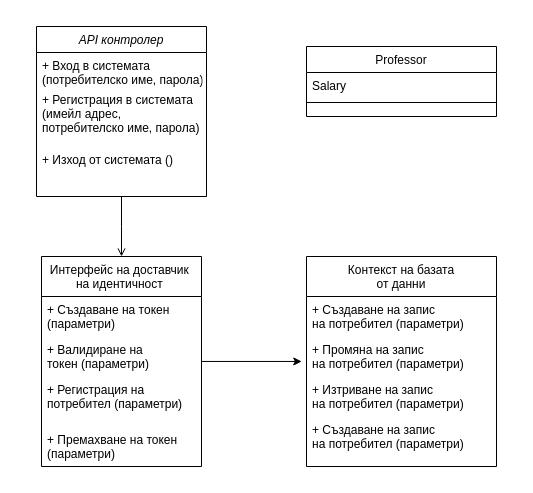
Above: Chapter2/AuthDiagram.drawio in profjordanov/phd (draw.io), before the change. Source tidied: cells renumbered, new cells numbered last; positions are measured from the earlier drawing's top-left corner, leaving out a move shared by most shapes. Both pictures are drawn from the tidied source at 100%, with x=0, y=0 at pixel (36, 26).
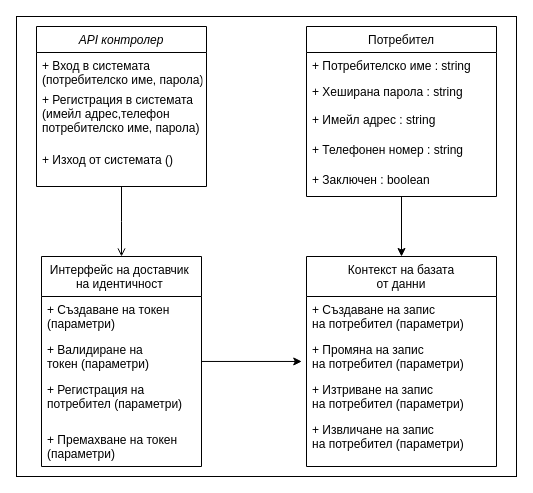
The same page after the edit.

Unchanged cells that the change refers to:
```xml
<mxCell id="6" value="Контекст на базата&#10;от данни" style="swimlane;fontStyle=0;align=center;verticalAlign=top;horizontal=1;startSize=40;rounded=0;shadow=0;strokeWidth=1;" parent="1" vertex="1">
  <mxGeometry x="270" y="230" width="190" height="210" as="geometry" />
</mxCell>
```

The edit, as a diff of the source:
```diff
@@
+    <mxCell id="21" style="rounded=0;whiteSpace=wrap;html=1;" parent="1" vertex="1">
+      <mxGeometry x="-20" y="-10" width="500" height="460" as="geometry" />
+    </mxCell>
     <mxCell id="2" value="API контролер" style="swimlane;fontStyle=2;align=center;verticalAlign=top;horizontal=1;startSize=26;rounded=0;shadow=0;strokeWidth=1;" parent="1" vertex="1">
-      <mxGeometry width="170" height="170" as="geometry" />
+      <mxGeometry width="170" height="160" as="geometry" />
     </mxCell>
@@
-    <mxCell id="4" value="+ Регистрация в системата &#10;(имейл адрес,&#10;потребителско име, парола)" style="text;align=left;verticalAlign=top;spacingLeft=4;spacingRight=4;overflow=hidden;rounded=0;shadow=0;html=0;" parent="2" vertex="1">
-      <mxGeometry y="60" width="170" height="60" as="geometry" />
-    </mxCell>
+    <mxCell id="22" value="+ Регистрация в системата &#10;(имейл адрес,телефон&#10;потребителско име, парола)" style="text;align=left;verticalAlign=top;spacingLeft=4;spacingRight=4;overflow=hidden;rounded=0;shadow=0;html=0;" parent="2" vertex="1">
+      <mxGeometry y="60" width="170" height="60" as="geometry" />
+    </mxCell>
     <mxCell id="5" value="+ Изход от системата ()" style="text;align=left;verticalAlign=top;spacingLeft=4;spacingRight=4;overflow=hidden;rounded=0;shadow=0;html=0;" parent="2" vertex="1">
-      <mxGeometry y="120" width="170" height="50" as="geometry" />
+      <mxGeometry y="120" width="170" height="30" as="geometry" />
     </mxCell>
@@
-    <mxCell id="10" value="+ Създаване на запис &#10;на потребител (параметри)" style="text;align=left;verticalAlign=top;spacingLeft=4;spacingRight=4;overflow=hidden;" parent="6" vertex="1">
-      <mxGeometry y="160" width="190" height="40" as="geometry" />
-    </mxCell>
-    <mxCell id="11" value="Professor" style="swimlane;fontStyle=0;align=center;verticalAlign=top;horizontal=1;startSize=26;rounded=0;shadow=0;strokeWidth=1;" parent="1" vertex="1">
-      <mxGeometry x="270" y="20" width="190" height="70" as="geometry" />
-    </mxCell>
-    <mxCell id="12" value="Salary" style="text;align=left;verticalAlign=top;spacingLeft=4;spacingRight=4;overflow=hidden;" parent="11" vertex="1">
-      <mxGeometry y="26" width="190" height="26" as="geometry" />
-    </mxCell>
-    <mxCell id="13" style="line;html=1;strokeWidth=1;align=left;verticalAlign=middle;spacingTop=-1;spacingLeft=3;spacingRight=3;labelPosition=right;" parent="11" vertex="1">
-      <mxGeometry y="52" width="190" height="8" as="geometry" />
-    </mxCell>
+    <mxCell id="23" value="+ Извличане на запис &#10;на потребител (параметри)" style="text;align=left;verticalAlign=top;spacingLeft=4;spacingRight=4;overflow=hidden;" parent="6" vertex="1">
+      <mxGeometry y="160" width="190" height="40" as="geometry" />
+    </mxCell>
+    <mxCell id="24" style="edgeStyle=orthogonalEdgeStyle;rounded=0;jettySize=auto;html=1;entryX=0.5;entryY=0;entryDx=0;entryDy=0;" parent="1" edge="1" source="25" target="6">
+      <mxGeometry relative="1" as="geometry" />
+    </mxCell>
+    <mxCell id="25" value="Потребител" style="swimlane;fontStyle=0;align=center;verticalAlign=top;horizontal=1;startSize=26;rounded=0;shadow=0;strokeWidth=1;" parent="1" vertex="1">
+      <mxGeometry x="270" width="190" height="170" as="geometry" />
+    </mxCell>
+    <mxCell id="26" value="+ Потребителско име : string" style="text;align=left;verticalAlign=top;spacingLeft=4;spacingRight=4;overflow=hidden;" parent="25" vertex="1">
+      <mxGeometry y="26" width="190" height="26" as="geometry" />
+    </mxCell>
+    <mxCell id="27" value="+ Хеширана парола : string" style="text;align=left;verticalAlign=top;spacingLeft=4;spacingRight=4;overflow=hidden;" parent="25" vertex="1">
+      <mxGeometry y="52" width="190" height="28" as="geometry" />
+    </mxCell>
+    <mxCell id="28" value="+ Имейл адрес : string" style="text;align=left;verticalAlign=top;spacingLeft=4;spacingRight=4;overflow=hidden;" parent="25" vertex="1">
+      <mxGeometry y="80" width="190" height="30" as="geometry" />
+    </mxCell>
+    <mxCell id="29" value="+ Телефонен номер : string" style="text;align=left;verticalAlign=top;spacingLeft=4;spacingRight=4;overflow=hidden;" parent="25" vertex="1">
+      <mxGeometry y="110" width="190" height="30" as="geometry" />
+    </mxCell>
+    <mxCell id="30" value="+ Заключен : boolean" style="text;align=left;verticalAlign=top;spacingLeft=4;spacingRight=4;overflow=hidden;" parent="25" vertex="1">
+      <mxGeometry y="140" width="190" height="18" as="geometry" />
+    </mxCell>
```
